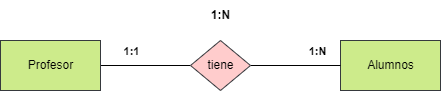
Before: tareas/unidad-2/tarea-1/imágenes/ejercicio1.drawio.png, a diagram exported from draw.io (ManuelsDAM/base-datos). Source tidied: cells renumbered, new cells last; positions are measured from the earlier drawing's top-left corner, leaving out a move shared by most shapes. Its diagram source:
```xml
<mxGraphModel>
  <root>
    <mxCell id="0" />
    <mxCell id="1" parent="0" />
    <mxCell id="2" style="edgeStyle=none;html=1;exitX=1;exitY=0.5;exitDx=0;exitDy=0;entryX=0;entryY=0.5;entryDx=0;entryDy=0;endArrow=none;endFill=0;" parent="1" edge="1" source="4" target="9">
      <mxGeometry relative="1" as="geometry" />
    </mxCell>
    <mxCell id="3" value="&lt;b&gt;1:1&lt;/b&gt;" style="edgeLabel;html=1;align=center;verticalAlign=middle;" parent="2" vertex="1">
      <mxGeometry x="-0.34" y="1" relative="1" as="geometry">
        <mxPoint y="-14" as="offset" />
      </mxGeometry>
    </mxCell>
    <mxCell id="4" value="Profesor" style="html=1;dashed=0;whitespace=wrap;fillColor=#cdeb8b;strokeColor=#36393d;" parent="1" vertex="1">
      <mxGeometry y="40" width="100" height="50" as="geometry" />
    </mxCell>
    <mxCell id="5" value="Alumnos" style="html=1;dashed=0;whitespace=wrap;fillColor=#cdeb8b;strokeColor=#36393d;" parent="1" vertex="1">
      <mxGeometry x="340" y="40" width="100" height="50" as="geometry" />
    </mxCell>
    <mxCell id="6" style="edgeStyle=none;html=1;exitX=1;exitY=0.5;exitDx=0;exitDy=0;entryX=0;entryY=0.5;entryDx=0;entryDy=0;endArrow=none;endFill=0;" parent="1" edge="1" source="9" target="5">
      <mxGeometry relative="1" as="geometry" />
    </mxCell>
    <mxCell id="7" value="&lt;b&gt;1:N&lt;/b&gt;" style="edgeLabel;html=1;align=center;verticalAlign=middle;" parent="6" vertex="1">
      <mxGeometry x="0.46" y="-1" relative="1" as="geometry">
        <mxPoint y="-16" as="offset" />
      </mxGeometry>
    </mxCell>
    <mxCell id="8" style="group;" parent="1" vertex="1">
      <mxGeometry x="190" width="60" height="90" as="geometry" />
    </mxCell>
    <mxCell id="9" value="tiene" style="shape=rhombus;html=1;dashed=0;whitespace=wrap;perimeter=rhombusPerimeter;fillColor=#ffcccc;strokeColor=#36393d;" parent="8" vertex="1">
      <mxGeometry y="40" width="60" height="50" as="geometry" />
    </mxCell>
    <mxCell id="10" value="&lt;b&gt;1:N&lt;/b&gt;" style="text;html=1;align=center;verticalAlign=middle;strokeColor=none;fillColor=none;" parent="8" vertex="1">
      <mxGeometry x="10" width="40" height="30" as="geometry" />
    </mxCell>
  </root>
</mxGraphModel>
```
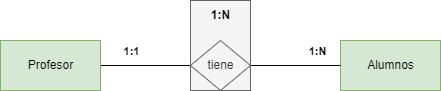
After the commit.

What changed in the source:
```diff
@@ -10,10 +10,10 @@
         <mxPoint y="-14" as="offset" />
       </mxGeometry>
     </mxCell>
-    <mxCell id="4" value="Profesor" style="html=1;dashed=0;whitespace=wrap;fillColor=#cdeb8b;strokeColor=#36393d;" parent="1" vertex="1">
+    <mxCell id="4" value="Profesor" style="html=1;dashed=0;whitespace=wrap;fillColor=#d5e8d4;strokeColor=#82b366;" parent="1" vertex="1">
       <mxGeometry y="40" width="100" height="50" as="geometry" />
     </mxCell>
-    <mxCell id="5" value="Alumnos" style="html=1;dashed=0;whitespace=wrap;fillColor=#cdeb8b;strokeColor=#36393d;" parent="1" vertex="1">
+    <mxCell id="5" value="Alumnos" style="html=1;dashed=0;whitespace=wrap;fillColor=#d5e8d4;strokeColor=#82b366;" parent="1" vertex="1">
       <mxGeometry x="340" y="40" width="100" height="50" as="geometry" />
     </mxCell>
     <mxCell id="6" style="edgeStyle=none;html=1;exitX=1;exitY=0.5;exitDx=0;exitDy=0;entryX=0;entryY=0.5;entryDx=0;entryDy=0;endArrow=none;endFill=0;" parent="1" edge="1" source="9" target="5">
@@ -24,10 +24,10 @@
         <mxPoint y="-16" as="offset" />
       </mxGeometry>
     </mxCell>
-    <mxCell id="8" style="group;" parent="1" vertex="1">
+    <mxCell id="8" style="group;fillColor=#f5f5f5;fontColor=#333333;strokeColor=#666666;" parent="1" vertex="1">
       <mxGeometry x="190" width="60" height="90" as="geometry" />
     </mxCell>
-    <mxCell id="9" value="tiene" style="shape=rhombus;html=1;dashed=0;whitespace=wrap;perimeter=rhombusPerimeter;fillColor=#ffcccc;strokeColor=#36393d;" parent="8" vertex="1">
+    <mxCell id="9" value="tiene" style="shape=rhombus;html=1;dashed=0;whitespace=wrap;perimeter=rhombusPerimeter;fillColor=#f5f5f5;strokeColor=#666666;fontColor=#333333;" parent="8" vertex="1">
       <mxGeometry y="40" width="60" height="50" as="geometry" />
     </mxCell>
     <mxCell id="10" value="&lt;b&gt;1:N&lt;/b&gt;" style="text;html=1;align=center;verticalAlign=middle;strokeColor=none;fillColor=none;" parent="8" vertex="1">
```
